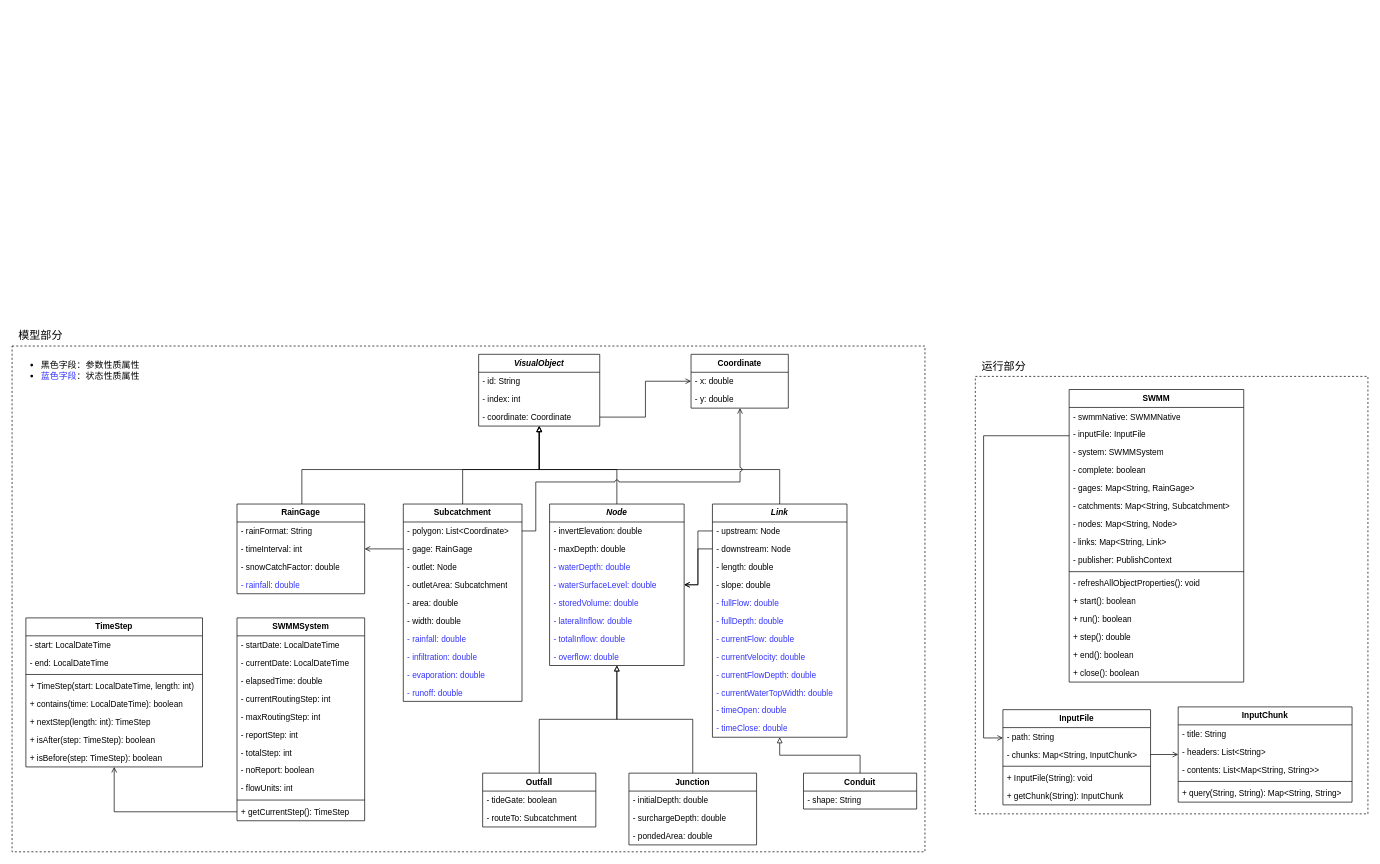
hubu-mdzhang/swmm-sensorthings keeps this draw.io diagram as page "SWMM可视对象" (2 of 5) of docs/diagrams/SWMM实现模型图.dio. Above is the earlier version. Source tidied: cells renumbered, new cells numbered last; positions are measured from the earlier drawing's top-left corner, leaving out a move shared by most shapes. Both pictures are drawn from the tidied source at 69%, with x=0, y=0 at pixel (12, 324).
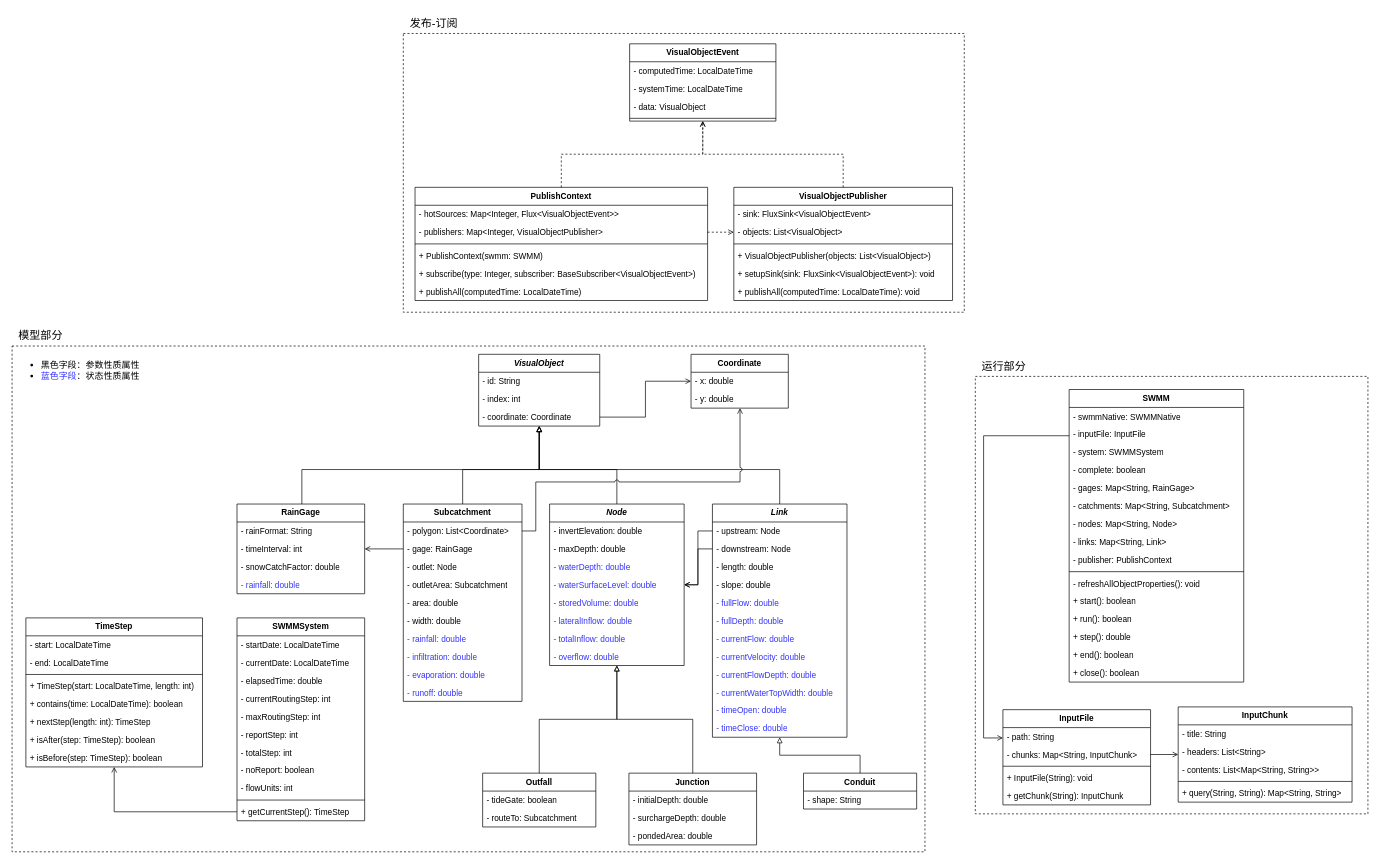
The same page after the edit.

The edit, as a diff of the source:
```diff
@@
+    <mxCell id="126" value="VisualObjectEvent" style="swimlane;fontStyle=1;horizontal=1;startSize=26;fillColor=none;whiteSpace=wrap;html=1;" parent="1" vertex="1">
+      <mxGeometry x="895" y="-407" width="212" height="112" as="geometry" />
+    </mxCell>
+    <mxCell id="127" value="- computedTime: LocalDateTime" style="text;align=left;verticalAlign=top;spacingLeft=4;spacingRight=4;overflow=hidden;whiteSpace=wrap;html=1;strokeColor=none;" parent="126" vertex="1">
+      <mxGeometry y="26" width="212" height="26" as="geometry" />
+    </mxCell>
+    <mxCell id="128" value="- systemTime: LocalDateTime" style="text;align=left;verticalAlign=top;spacingLeft=4;spacingRight=4;overflow=hidden;whiteSpace=wrap;html=1;strokeColor=none;" parent="126" vertex="1">
+      <mxGeometry y="52" width="212" height="26" as="geometry" />
+    </mxCell>
+    <mxCell id="129" value="- data: VisualObject" style="text;align=left;verticalAlign=top;spacingLeft=4;spacingRight=4;overflow=hidden;whiteSpace=wrap;html=1;strokeColor=none;" parent="126" vertex="1">
+      <mxGeometry y="78" width="212" height="26" as="geometry" />
+    </mxCell>
+    <mxCell id="130" style="line;strokeWidth=1;fillColor=none;align=left;verticalAlign=middle;spacingTop=-1;spacingLeft=3;spacingRight=3;labelPosition=right;strokeColor=inherit;" parent="126" vertex="1">
+      <mxGeometry y="104" width="212" height="8" as="geometry" />
+    </mxCell>
+    <mxCell id="131" style="edgeStyle=orthogonalEdgeStyle;shape=connector;rounded=0;jettySize=auto;html=1;dashed=1;strokeColor=default;align=center;verticalAlign=middle;fontFamily=Helvetica;fontSize=11;fontColor=default;labelBackgroundColor=default;endArrow=open;endFill=0;" parent="1" edge="1" source="132" target="126">
+      <mxGeometry relative="1" as="geometry" />
+    </mxCell>
+    <mxCell id="132" value="VisualObjectPublisher" style="swimlane;fontStyle=1;horizontal=1;startSize=26;fillColor=none;whiteSpace=wrap;html=1;" parent="1" vertex="1">
+      <mxGeometry x="1046" y="-199" width="317" height="164" as="geometry" />
+    </mxCell>
+    <mxCell id="133" value="- sink: FluxSink&amp;lt;VisualObjectEvent&amp;gt;" style="text;align=left;verticalAlign=top;spacingLeft=4;spacingRight=4;overflow=hidden;whiteSpace=wrap;html=1;strokeColor=none;" parent="132" vertex="1">
+      <mxGeometry y="26" width="317" height="26" as="geometry" />
+    </mxCell>
+    <mxCell id="134" value="- objects: List&amp;lt;VisualObject&amp;gt;" style="text;align=left;verticalAlign=top;spacingLeft=4;spacingRight=4;overflow=hidden;whiteSpace=wrap;html=1;strokeColor=none;" parent="132" vertex="1">
+      <mxGeometry y="52" width="317" height="26" as="geometry" />
+    </mxCell>
+    <mxCell id="135" style="line;strokeWidth=1;fillColor=none;align=left;verticalAlign=middle;spacingTop=-1;spacingLeft=3;spacingRight=3;labelPosition=right;strokeColor=inherit;" parent="132" vertex="1">
+      <mxGeometry y="78" width="317" height="8" as="geometry" />
+    </mxCell>
+    <mxCell id="136" value="+ VisualObjectPublisher(objects: List&amp;lt;VisualObject&amp;gt;)" style="text;align=left;verticalAlign=top;spacingLeft=4;spacingRight=4;overflow=hidden;whiteSpace=wrap;html=1;strokeColor=none;" parent="132" vertex="1">
+      <mxGeometry y="86" width="317" height="26" as="geometry" />
+    </mxCell>
+    <mxCell id="137" value="+ setupSink(sink: FluxSink&amp;lt;VisualObjectEvent&amp;gt;): void" style="text;align=left;verticalAlign=top;spacingLeft=4;spacingRight=4;overflow=hidden;whiteSpace=wrap;html=1;strokeColor=none;" parent="132" vertex="1">
+      <mxGeometry y="112" width="317" height="26" as="geometry" />
+    </mxCell>
+    <mxCell id="138" value="+ publishAll(computedTime: LocalDateTime): void" style="text;align=left;verticalAlign=top;spacingLeft=4;spacingRight=4;overflow=hidden;whiteSpace=wrap;html=1;strokeColor=none;" parent="132" vertex="1">
+      <mxGeometry y="138" width="317" height="26" as="geometry" />
+    </mxCell>
+    <mxCell id="139" style="edgeStyle=orthogonalEdgeStyle;shape=connector;rounded=0;jettySize=auto;html=1;dashed=1;strokeColor=default;align=center;verticalAlign=middle;fontFamily=Helvetica;fontSize=11;fontColor=default;labelBackgroundColor=default;endArrow=open;endFill=0;" parent="1" edge="1" source="140" target="126">
+      <mxGeometry relative="1" as="geometry" />
+    </mxCell>
+    <mxCell id="140" value="PublishContext" style="swimlane;fontStyle=1;horizontal=1;startSize=26;fillColor=none;whiteSpace=wrap;html=1;" parent="1" vertex="1">
+      <mxGeometry x="584" y="-199" width="424" height="164" as="geometry" />
+    </mxCell>
+    <mxCell id="141" value="- hotSources: Map&amp;lt;Integer, Flux&amp;lt;VisualObjectEvent&amp;gt;&amp;gt;" style="text;align=left;verticalAlign=top;spacingLeft=4;spacingRight=4;overflow=hidden;whiteSpace=wrap;html=1;strokeColor=none;" parent="140" vertex="1">
+      <mxGeometry y="26" width="424" height="26" as="geometry" />
+    </mxCell>
+    <mxCell id="142" value="- publishers: Map&amp;lt;Integer, VisualObjectPublisher&amp;gt;" style="text;align=left;verticalAlign=top;spacingLeft=4;spacingRight=4;overflow=hidden;points=[[0,0.5],[1,0.5]];portConstraint=eastwest;whiteSpace=wrap;html=1;strokeColor=none;" parent="140" vertex="1">
+      <mxGeometry y="52" width="424" height="26" as="geometry" />
+    </mxCell>
+    <mxCell id="143" style="line;strokeWidth=1;fillColor=none;align=left;verticalAlign=middle;spacingTop=-1;spacingLeft=3;spacingRight=3;labelPosition=right;strokeColor=inherit;" parent="140" vertex="1">
+      <mxGeometry y="78" width="424" height="8" as="geometry" />
+    </mxCell>
+    <mxCell id="144" value="+ PublishContext(swmm: SWMM)" style="text;align=left;verticalAlign=top;spacingLeft=4;spacingRight=4;overflow=hidden;whiteSpace=wrap;html=1;strokeColor=none;" parent="140" vertex="1">
+      <mxGeometry y="86" width="424" height="26" as="geometry" />
+    </mxCell>
+    <mxCell id="145" value="+ subscribe(type: Integer, subscriber: BaseSubscriber&amp;lt;VisualObjectEvent&amp;gt;)" style="text;align=left;verticalAlign=top;spacingLeft=4;spacingRight=4;overflow=hidden;whiteSpace=wrap;html=1;strokeColor=none;" parent="140" vertex="1">
+      <mxGeometry y="112" width="424" height="26" as="geometry" />
+    </mxCell>
+    <mxCell id="146" value="+ publishAll(computedTime: LocalDateTime)" style="text;align=left;verticalAlign=top;spacingLeft=4;spacingRight=4;overflow=hidden;whiteSpace=wrap;html=1;strokeColor=none;" parent="140" vertex="1">
+      <mxGeometry y="138" width="424" height="26" as="geometry" />
+    </mxCell>
+    <mxCell id="147" style="edgeStyle=orthogonalEdgeStyle;rounded=0;jettySize=auto;html=1;dashed=1;endArrow=open;endFill=0;" parent="1" edge="1" source="142" target="132">
+      <mxGeometry relative="1" as="geometry">
+        <Array as="points">
+          <mxPoint x="1246" y="-127" />
+        </Array>
+      </mxGeometry>
+    </mxCell>
+    <mxCell id="148" value="发布-订阅" style="text;html=1;align=center;verticalAlign=middle;strokeColor=none;fillColor=none;fontFamily=Helvetica;fontSize=16;fontColor=default;labelBackgroundColor=default;" parent="1" vertex="1">
+      <mxGeometry x="567" y="-453" width="87" height="31" as="geometry" />
+    </mxCell>
+    <mxCell id="149" style="rounded=0;whiteSpace=wrap;html=1;fontFamily=Helvetica;fontSize=11;fontColor=default;labelBackgroundColor=none;dashed=1;fillColor=none;" parent="1" vertex="1">
+      <mxGeometry x="567" y="-422" width="813" height="404" as="geometry" />
+    </mxCell>
```
